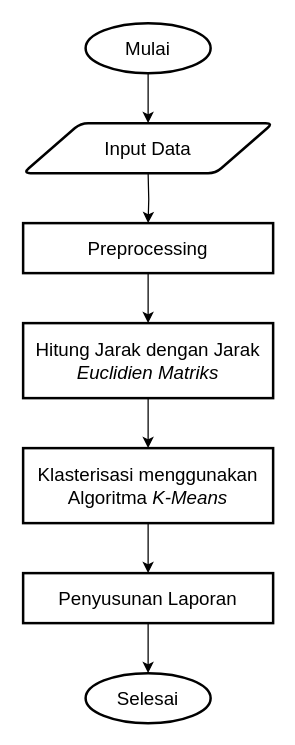
Above: page "Halaman-5" (5 of 6) of Diagram Tanpa Judul.drawio in NayaRPL/bebas (draw.io), before the change. Source tidied: cells renumbered, new cells numbered last; positions are measured from the earlier drawing's top-left corner, leaving out a move shared by most shapes. Both pictures are drawn from the tidied source at 125%, with x=0, y=0 at pixel (22, 22).
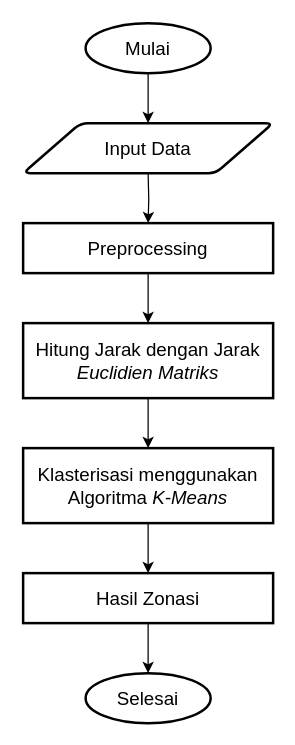
After the change.

Diff of the diagram source:
```diff
@@
 <mxGraphModel>
   <root>
     <mxCell id="0" />
     <mxCell id="1" parent="0" />
     <mxCell id="2" style="edgeStyle=orthogonalEdgeStyle;rounded=0;jettySize=auto;html=1;exitX=0.5;exitY=1;exitDx=0;exitDy=0;exitPerimeter=0;entryX=0.5;entryY=0;entryDx=0;entryDy=0;" parent="1" edge="1" source="3">
       <mxGeometry relative="1" as="geometry">
         <mxPoint x="100" y="80" as="targetPoint" />
       </mxGeometry>
     </mxCell>
     <mxCell id="3" value="&lt;font style=&quot;font-size: 15px;&quot;&gt;Mulai&lt;/font&gt;" style="strokeWidth=2;html=1;shape=mxgraph.flowchart.start_1;whiteSpace=wrap;" parent="1" vertex="1">
       <mxGeometry x="50" width="100" height="40" as="geometry" />
     </mxCell>
     <mxCell id="4" style="edgeStyle=orthogonalEdgeStyle;rounded=0;jettySize=auto;html=1;exitX=0.5;exitY=1;exitDx=0;exitDy=0;entryX=0.5;entryY=0;entryDx=0;entryDy=0;" parent="1" edge="1" target="6">
       <mxGeometry relative="1" as="geometry">
         <mxPoint x="100" y="120" as="sourcePoint" />
       </mxGeometry>
     </mxCell>
     <mxCell id="5" style="edgeStyle=orthogonalEdgeStyle;rounded=0;jettySize=auto;html=1;exitX=0.5;exitY=1;exitDx=0;exitDy=0;entryX=0.5;entryY=0;entryDx=0;entryDy=0;" parent="1" edge="1" source="6" target="8">
       <mxGeometry relative="1" as="geometry" />
     </mxCell>
     <mxCell id="6" value="&lt;font style=&quot;font-size: 15px;&quot;&gt;Preprocessing&lt;/font&gt;" style="rounded=0;whiteSpace=wrap;html=1;absoluteArcSize=1;arcSize=14;strokeWidth=2;" parent="1" vertex="1">
       <mxGeometry y="160" width="200" height="40" as="geometry" />
     </mxCell>
     <mxCell id="7" style="edgeStyle=orthogonalEdgeStyle;rounded=0;jettySize=auto;html=1;exitX=0.5;exitY=1;exitDx=0;exitDy=0;entryX=0.5;entryY=0;entryDx=0;entryDy=0;" parent="1" edge="1" source="8" target="10">
       <mxGeometry relative="1" as="geometry" />
     </mxCell>
     <mxCell id="8" value="&lt;font style=&quot;font-size: 15px;&quot;&gt;Hitung Jarak dengan Jarak &lt;i&gt;Euclidien Matriks&lt;/i&gt;&lt;/font&gt;" style="rounded=0;whiteSpace=wrap;html=1;absoluteArcSize=1;arcSize=14;strokeWidth=2;" parent="1" vertex="1">
       <mxGeometry y="240" width="200" height="60" as="geometry" />
     </mxCell>
     <mxCell id="9" style="edgeStyle=orthogonalEdgeStyle;rounded=0;jettySize=auto;html=1;exitX=0.5;exitY=1;exitDx=0;exitDy=0;entryX=0.5;entryY=0;entryDx=0;entryDy=0;" parent="1" edge="1" source="10" target="11">
       <mxGeometry relative="1" as="geometry" />
     </mxCell>
     <mxCell id="10" value="&lt;font style=&quot;font-size: 15px;&quot;&gt;Klasterisasi menggunakan Algoritma &lt;i&gt;K-Means&lt;/i&gt;&lt;/font&gt;" style="rounded=0;whiteSpace=wrap;html=1;absoluteArcSize=1;arcSize=14;strokeWidth=2;" parent="1" vertex="1">
       <mxGeometry y="340" width="200" height="60" as="geometry" />
     </mxCell>
-    <mxCell id="11" value="&lt;font style=&quot;font-size: 15px;&quot;&gt;Penyusunan Laporan&lt;/font&gt;" style="rounded=0;whiteSpace=wrap;html=1;absoluteArcSize=1;arcSize=14;strokeWidth=2;" parent="1" vertex="1">
+    <mxCell id="11" value="&lt;font style=&quot;font-size: 15px;&quot;&gt;Hasil Zonasi&lt;/font&gt;" style="rounded=0;whiteSpace=wrap;html=1;absoluteArcSize=1;arcSize=14;strokeWidth=2;" parent="1" vertex="1">
       <mxGeometry y="440" width="200" height="40" as="geometry" />
     </mxCell>
     <mxCell id="12" value="&lt;font style=&quot;font-size: 15px;&quot;&gt;Selesai&lt;/font&gt;" style="strokeWidth=2;html=1;shape=mxgraph.flowchart.start_1;whiteSpace=wrap;" parent="1" vertex="1">
       <mxGeometry x="50" y="520" width="100" height="40" as="geometry" />
     </mxCell>
     <mxCell id="13" style="edgeStyle=orthogonalEdgeStyle;rounded=0;jettySize=auto;html=1;exitX=0.5;exitY=1;exitDx=0;exitDy=0;entryX=0.5;entryY=0;entryDx=0;entryDy=0;entryPerimeter=0;" parent="1" edge="1" source="11" target="12">
       <mxGeometry relative="1" as="geometry" />
     </mxCell>
     <mxCell id="14" value="&lt;font style=&quot;font-size: 15px;&quot;&gt;Input Data&lt;/font&gt;" style="shape=parallelogram;html=1;strokeWidth=2;perimeter=parallelogramPerimeter;whiteSpace=wrap;rounded=1;arcSize=12;size=0.23;" parent="1" vertex="1">
       <mxGeometry y="80" width="200" height="40" as="geometry" />
     </mxCell>
   </root>
 </mxGraphModel>
```
